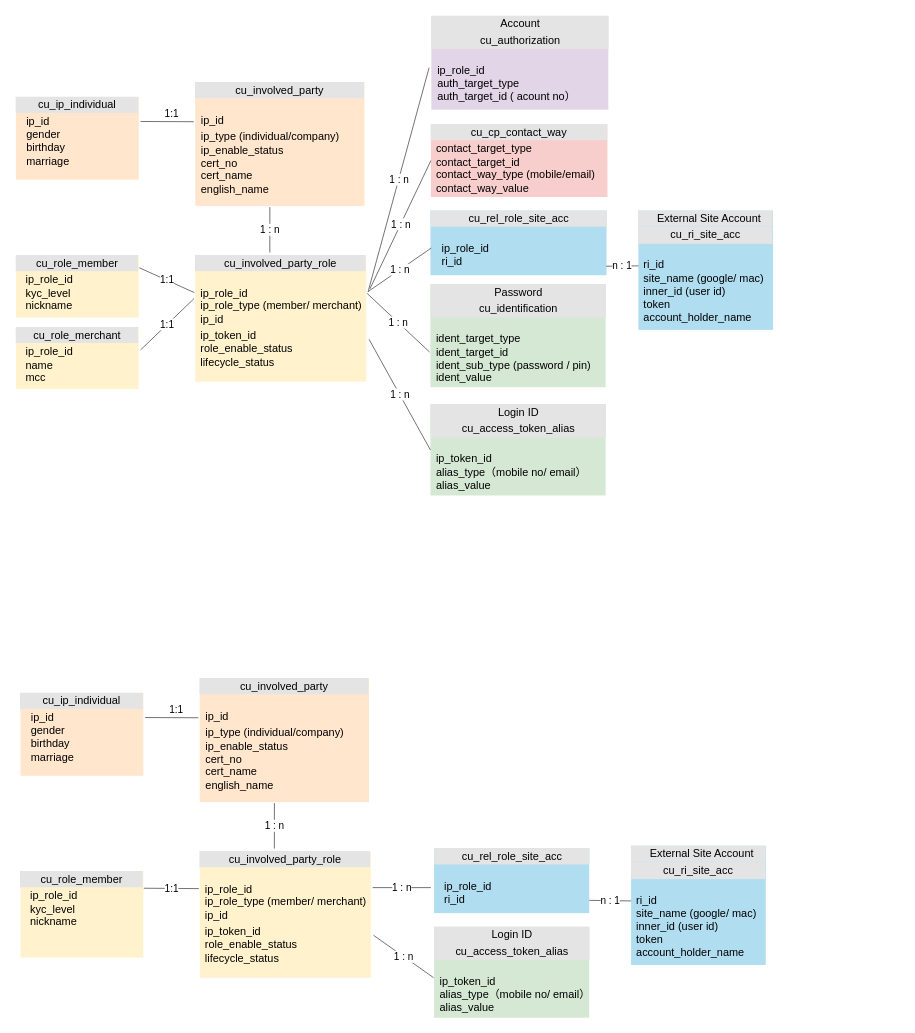
The draw.io diagram page "账号Model 英文" (10 of 17) of 会员账户.drawio in renqiuming/drawio, before the edit. Source tidied: cells renumbered, new cells numbered last; positions are measured from the earlier drawing's top-left corner, leaving out a move shared by most shapes. Both pictures are drawn from the tidied source at 91%, with x=0, y=0 at pixel (15, 15).
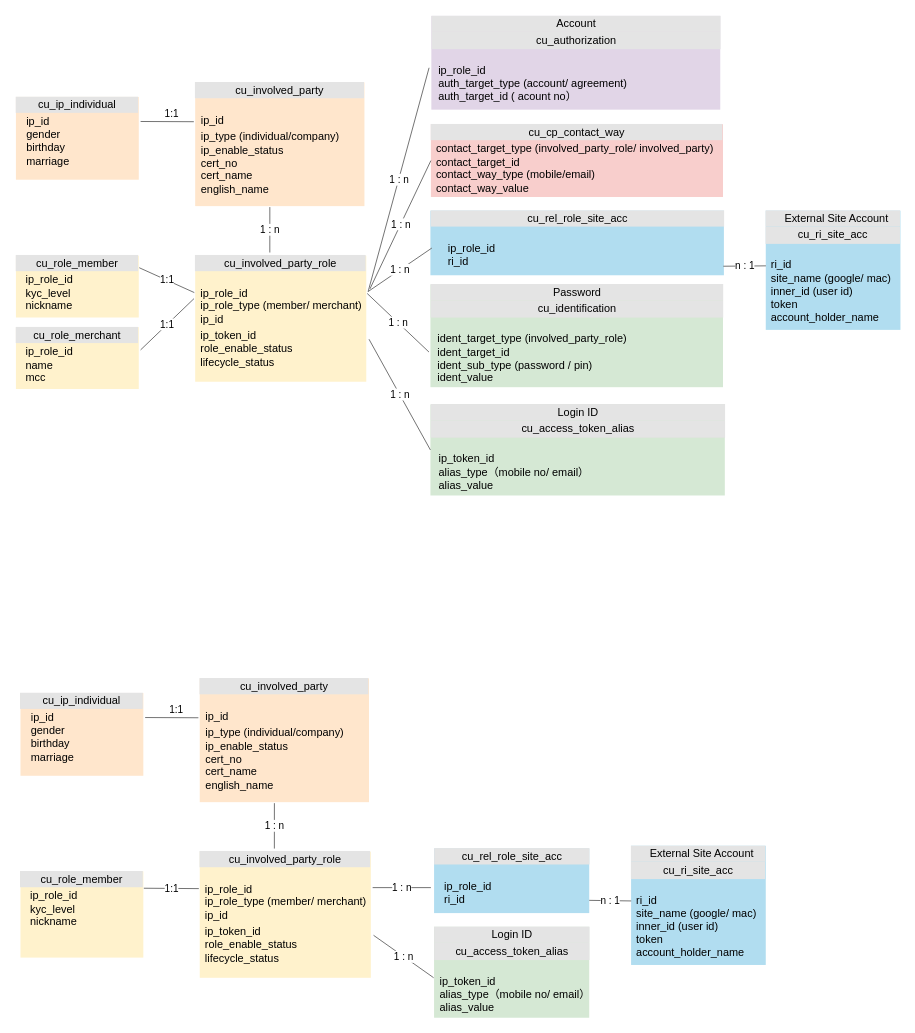
The same page after the edit.

Diff of the diagram source:
```diff
@@
-    <mxCell id="2" value="&lt;div style=&quot;box-sizing: border-box ; width: 100% ; background: #e4e4e4 ; padding: 2px&quot;&gt;Password&lt;/div&gt;&lt;div style=&quot;box-sizing: border-box ; width: 100% ; background: #e4e4e4 ; padding: 2px&quot;&gt;cu_identification&lt;/div&gt;&lt;table style=&quot;width: 100% ; font-size: 1em&quot; cellpadding=&quot;2&quot; cellspacing=&quot;0&quot;&gt;&lt;tbody&gt;&lt;tr&gt;&lt;td&gt;&lt;/td&gt;&lt;td style=&quot;text-align: left&quot;&gt;&lt;br&gt;ident_target_type&lt;br&gt;ident_target_id&lt;br&gt;&lt;span style=&quot;font-size: 12px;&quot;&gt;ident_sub_type (password / pin)&lt;br&gt;ident_value&lt;/span&gt;&lt;br&gt;&lt;/td&gt;&lt;/tr&gt;&lt;tr&gt;&lt;td style=&quot;text-align: left&quot;&gt;&lt;br&gt;&lt;/td&gt;&lt;td style=&quot;text-align: left&quot;&gt;&lt;br&gt;&lt;/td&gt;&lt;td&gt;&lt;div style=&quot;text-align: left&quot;&gt;&lt;br&gt;&lt;/div&gt;&lt;div style=&quot;text-align: left&quot;&gt;&lt;span style=&quot;font-size: 1em&quot;&gt;&lt;br&gt;&lt;/span&gt;&lt;/div&gt;&lt;div style=&quot;text-align: left&quot;&gt;&lt;br&gt;&lt;/div&gt;&lt;/td&gt;&lt;td&gt;&lt;/td&gt;&lt;td&gt;&lt;/td&gt;&lt;td&gt;&lt;/td&gt;&lt;/tr&gt;&lt;/tbody&gt;&lt;/table&gt;" style="verticalAlign=top;align=center;overflow=fill;html=1;fillColor=#d5e8d4;strokeColor=none;" parent="1" vertex="1">
-      <mxGeometry x="455.5" y="295" width="192.5" height="113" as="geometry" />
+    <mxCell id="2" value="&lt;div style=&quot;box-sizing: border-box ; width: 100% ; background: #e4e4e4 ; padding: 2px&quot;&gt;Password&lt;/div&gt;&lt;div style=&quot;box-sizing: border-box ; width: 100% ; background: #e4e4e4 ; padding: 2px&quot;&gt;cu_identification&lt;/div&gt;&lt;table style=&quot;width: 100% ; font-size: 1em&quot; cellpadding=&quot;2&quot; cellspacing=&quot;0&quot;&gt;&lt;tbody&gt;&lt;tr&gt;&lt;td&gt;&lt;/td&gt;&lt;td style=&quot;text-align: left&quot;&gt;&lt;br&gt;ident_target_type (involved_party_role)&lt;br&gt;ident_target_id&lt;br&gt;&lt;span style=&quot;font-size: 12px;&quot;&gt;ident_sub_type (password / pin)&lt;br&gt;ident_value&lt;/span&gt;&lt;br&gt;&lt;/td&gt;&lt;/tr&gt;&lt;tr&gt;&lt;td style=&quot;text-align: left&quot;&gt;&lt;br&gt;&lt;/td&gt;&lt;td style=&quot;text-align: left&quot;&gt;&lt;br&gt;&lt;/td&gt;&lt;td&gt;&lt;div style=&quot;text-align: left&quot;&gt;&lt;br&gt;&lt;/div&gt;&lt;div style=&quot;text-align: left&quot;&gt;&lt;span style=&quot;font-size: 1em&quot;&gt;&lt;br&gt;&lt;/span&gt;&lt;/div&gt;&lt;div style=&quot;text-align: left&quot;&gt;&lt;br&gt;&lt;/div&gt;&lt;/td&gt;&lt;td&gt;&lt;/td&gt;&lt;td&gt;&lt;/td&gt;&lt;td&gt;&lt;/td&gt;&lt;/tr&gt;&lt;/tbody&gt;&lt;/table&gt;" style="verticalAlign=top;align=center;overflow=fill;html=1;fillColor=#d5e8d4;strokeColor=none;" parent="1" vertex="1">
+      <mxGeometry x="455.5" y="295" width="321.5" height="113" as="geometry" />
     </mxCell>
-    <mxCell id="3" value="&lt;div style=&quot;box-sizing: border-box ; width: 100% ; background: #e4e4e4 ; padding: 2px&quot;&gt;Account&lt;/div&gt;&lt;div style=&quot;box-sizing: border-box ; width: 100% ; background: #e4e4e4 ; padding: 2px&quot;&gt;cu_authorization&lt;/div&gt;&lt;table style=&quot;width: 100% ; font-size: 1em&quot; cellpadding=&quot;2&quot; cellspacing=&quot;0&quot;&gt;&lt;tbody&gt;&lt;tr&gt;&lt;td&gt;&lt;/td&gt;&lt;td style=&quot;text-align: left&quot;&gt;&lt;br&gt;ip_role_id&lt;br&gt;auth_target_type&lt;br&gt;auth_target_id ( acount no）&lt;br&gt;&lt;/td&gt;&lt;/tr&gt;&lt;tr&gt;&lt;td style=&quot;text-align: left&quot;&gt;&lt;br&gt;&lt;/td&gt;&lt;td style=&quot;text-align: left&quot;&gt;&lt;br&gt;&lt;/td&gt;&lt;td&gt;&lt;div style=&quot;text-align: left&quot;&gt;&lt;br&gt;&lt;/div&gt;&lt;div style=&quot;text-align: left&quot;&gt;&lt;span style=&quot;font-size: 1em&quot;&gt;&lt;br&gt;&lt;/span&gt;&lt;/div&gt;&lt;div style=&quot;text-align: left&quot;&gt;&lt;br&gt;&lt;/div&gt;&lt;/td&gt;&lt;td&gt;&lt;/td&gt;&lt;td&gt;&lt;/td&gt;&lt;td&gt;&lt;/td&gt;&lt;/tr&gt;&lt;/tbody&gt;&lt;/table&gt;" style="verticalAlign=top;align=center;overflow=fill;html=1;fillColor=#e1d5e7;strokeColor=none;" parent="1" vertex="1">
-      <mxGeometry x="456.5" width="194.5" height="103" as="geometry" />
+    <mxCell id="3" value="&lt;div style=&quot;box-sizing: border-box ; width: 100% ; background: #e4e4e4 ; padding: 2px&quot;&gt;Account&lt;/div&gt;&lt;div style=&quot;box-sizing: border-box ; width: 100% ; background: #e4e4e4 ; padding: 2px&quot;&gt;cu_authorization&lt;/div&gt;&lt;table style=&quot;width: 100% ; font-size: 1em&quot; cellpadding=&quot;2&quot; cellspacing=&quot;0&quot;&gt;&lt;tbody&gt;&lt;tr&gt;&lt;td&gt;&lt;/td&gt;&lt;td style=&quot;text-align: left&quot;&gt;&lt;br&gt;ip_role_id&lt;br&gt;auth_target_type (account/ agreement)&lt;br&gt;auth_target_id ( acount no）&lt;br&gt;&lt;/td&gt;&lt;/tr&gt;&lt;tr&gt;&lt;td style=&quot;text-align: left&quot;&gt;&lt;br&gt;&lt;/td&gt;&lt;td style=&quot;text-align: left&quot;&gt;&lt;br&gt;&lt;/td&gt;&lt;td&gt;&lt;div style=&quot;text-align: left&quot;&gt;&lt;br&gt;&lt;/div&gt;&lt;div style=&quot;text-align: left&quot;&gt;&lt;span style=&quot;font-size: 1em&quot;&gt;&lt;br&gt;&lt;/span&gt;&lt;/div&gt;&lt;div style=&quot;text-align: left&quot;&gt;&lt;br&gt;&lt;/div&gt;&lt;/td&gt;&lt;td&gt;&lt;/td&gt;&lt;td&gt;&lt;/td&gt;&lt;td&gt;&lt;/td&gt;&lt;/tr&gt;&lt;/tbody&gt;&lt;/table&gt;" style="verticalAlign=top;align=center;overflow=fill;html=1;fillColor=#e1d5e7;strokeColor=none;" parent="1" vertex="1">
+      <mxGeometry x="456.5" width="317.5" height="103" as="geometry" />
     </mxCell>
@@
     <mxCell id="25" value="&lt;div style=&quot;box-sizing: border-box ; width: 100% ; background: #e4e4e4 ; padding: 2px&quot;&gt;Login ID&lt;/div&gt;&lt;div style=&quot;box-sizing: border-box ; width: 100% ; background: #e4e4e4 ; padding: 2px&quot;&gt;cu_access_token_alias&lt;/div&gt;&lt;table style=&quot;width: 100% ; font-size: 1em&quot; cellpadding=&quot;2&quot; cellspacing=&quot;0&quot;&gt;&lt;tbody&gt;&lt;tr&gt;&lt;td&gt;&lt;/td&gt;&lt;td style=&quot;text-align: left&quot;&gt;&lt;br&gt;ip_token_id&lt;br&gt;&lt;span style=&quot;font-size: 12px;&quot;&gt;alias_type（mobile no/ email）&lt;br&gt;alias_value&lt;/span&gt;&lt;br&gt;&lt;br&gt;&lt;/td&gt;&lt;/tr&gt;&lt;tr&gt;&lt;td style=&quot;text-align: left&quot;&gt;&lt;br&gt;&lt;/td&gt;&lt;td style=&quot;text-align: left&quot;&gt;&lt;br&gt;&lt;/td&gt;&lt;td&gt;&lt;div style=&quot;text-align: left&quot;&gt;&lt;br&gt;&lt;/div&gt;&lt;div style=&quot;text-align: left&quot;&gt;&lt;span style=&quot;font-size: 1em&quot;&gt;&lt;br&gt;&lt;/span&gt;&lt;/div&gt;&lt;div style=&quot;text-align: left&quot;&gt;&lt;br&gt;&lt;/div&gt;&lt;/td&gt;&lt;td&gt;&lt;/td&gt;&lt;td&gt;&lt;/td&gt;&lt;td&gt;&lt;/td&gt;&lt;/tr&gt;&lt;/tbody&gt;&lt;/table&gt;" style="verticalAlign=top;align=center;overflow=fill;html=1;fillColor=#d5e8d4;strokeColor=none;" parent="1" vertex="1">
-      <mxGeometry x="455.5" y="427" width="192.5" height="100" as="geometry" />
+      <mxGeometry x="455.5" y="427" width="323.5" height="100" as="geometry" />
     </mxCell>
@@
     <mxCell id="27" value="&lt;div style=&quot;box-sizing: border-box ; width: 100% ; background: #e4e4e4 ; padding: 2px&quot;&gt;cu_rel_role_site_acc&lt;br&gt;&lt;/div&gt;&lt;table style=&quot;width: 100% ; font-size: 1em&quot; cellpadding=&quot;2&quot; cellspacing=&quot;0&quot;&gt;&lt;tbody&gt;&lt;tr&gt;&lt;td&gt;&lt;/td&gt;&lt;td style=&quot;text-align: left&quot;&gt;&lt;br&gt;ip_role_id&lt;br&gt;&lt;span style=&quot;font-size: 12px;&quot;&gt;ri_id&lt;/span&gt;&lt;br&gt;&lt;/td&gt;&lt;/tr&gt;&lt;tr&gt;&lt;td style=&quot;text-align: left&quot;&gt;&lt;br&gt;&lt;/td&gt;&lt;td style=&quot;text-align: left&quot;&gt;&lt;br&gt;&lt;/td&gt;&lt;td&gt;&lt;div style=&quot;text-align: left&quot;&gt;&lt;br&gt;&lt;/div&gt;&lt;div style=&quot;text-align: left&quot;&gt;&lt;span style=&quot;font-size: 1em&quot;&gt;&lt;br&gt;&lt;/span&gt;&lt;/div&gt;&lt;div style=&quot;text-align: left&quot;&gt;&lt;br&gt;&lt;/div&gt;&lt;/td&gt;&lt;td&gt;&lt;/td&gt;&lt;td&gt;&lt;/td&gt;&lt;td&gt;&lt;/td&gt;&lt;/tr&gt;&lt;/tbody&gt;&lt;/table&gt;" style="verticalAlign=top;align=center;overflow=fill;html=1;fillColor=#b1ddf0;strokeColor=none;" parent="1" vertex="1">
-      <mxGeometry x="455.5" y="214" width="193.5" height="71" as="geometry" />
+      <mxGeometry x="455.5" y="214" width="322.5" height="71" as="geometry" />
     </mxCell>
     <mxCell id="28" value="&lt;div style=&quot;box-sizing: border-box; width: 155.99px; background: rgb(228, 228, 228); padding: 2px;&quot;&gt;External Site Account&lt;/div&gt;&lt;div style=&quot;box-sizing: border-box ; width: 100% ; background: #e4e4e4 ; padding: 2px&quot;&gt;cu_ri_site_acc&lt;br&gt;&lt;/div&gt;&lt;table style=&quot;width: 100% ; font-size: 1em&quot; cellpadding=&quot;2&quot; cellspacing=&quot;0&quot;&gt;&lt;tbody&gt;&lt;tr&gt;&lt;td&gt;&lt;/td&gt;&lt;td style=&quot;text-align: left&quot;&gt;&lt;br&gt;ri_id&lt;br&gt;&lt;span style=&quot;font-size: 12px;&quot;&gt;site_name (google/ mac)&lt;/span&gt;&lt;br&gt;&lt;span style=&quot;font-size: 12px;&quot;&gt;inner_id (user id)&lt;/span&gt;&lt;br&gt;&lt;span style=&quot;font-size: 12px;&quot;&gt;token&lt;br&gt;account_holder_name&lt;/span&gt;&lt;br&gt;&lt;/td&gt;&lt;/tr&gt;&lt;tr&gt;&lt;td style=&quot;text-align: left&quot;&gt;&lt;br&gt;&lt;/td&gt;&lt;td style=&quot;text-align: left&quot;&gt;&lt;br&gt;&lt;/td&gt;&lt;td&gt;&lt;div style=&quot;text-align: left&quot;&gt;&lt;br&gt;&lt;/div&gt;&lt;div style=&quot;text-align: left&quot;&gt;&lt;span style=&quot;font-size: 1em&quot;&gt;&lt;br&gt;&lt;/span&gt;&lt;/div&gt;&lt;div style=&quot;text-align: left&quot;&gt;&lt;br&gt;&lt;/div&gt;&lt;/td&gt;&lt;td&gt;&lt;/td&gt;&lt;td&gt;&lt;/td&gt;&lt;td&gt;&lt;/td&gt;&lt;/tr&gt;&lt;/tbody&gt;&lt;/table&gt;" style="verticalAlign=top;align=center;overflow=fill;html=1;fillColor=#b1ddf0;strokeColor=none;" parent="1" vertex="1">
-      <mxGeometry x="684" y="214" width="148" height="131" as="geometry" />
+      <mxGeometry x="824" y="214" width="148" height="131" as="geometry" />
     </mxCell>
@@
-    <mxCell id="32" value="&lt;div style=&quot;box-sizing: border-box ; width: 100% ; background: #e4e4e4 ; padding: 2px&quot;&gt;cu_cp_contact_way&lt;/div&gt;&lt;table style=&quot;width: 100% ; font-size: 1em&quot; cellpadding=&quot;2&quot; cellspacing=&quot;0&quot;&gt;&lt;tbody&gt;&lt;tr&gt;&lt;td&gt;&lt;/td&gt;&lt;td style=&quot;text-align: left&quot;&gt;contact_target_type&lt;br&gt;contact_target_id&lt;br&gt;&lt;span style=&quot;font-size: 12px;&quot;&gt;contact_way_type (mobile/email)&lt;/span&gt;&lt;br&gt;&lt;span style=&quot;font-size: 12px;&quot;&gt;contact_way_value&lt;/span&gt;&lt;br&gt;&lt;/td&gt;&lt;/tr&gt;&lt;tr&gt;&lt;td style=&quot;text-align: left&quot;&gt;&lt;br&gt;&lt;/td&gt;&lt;td style=&quot;text-align: left&quot;&gt;&lt;br&gt;&lt;/td&gt;&lt;td&gt;&lt;div style=&quot;text-align: left&quot;&gt;&lt;br&gt;&lt;/div&gt;&lt;div style=&quot;text-align: left&quot;&gt;&lt;span style=&quot;font-size: 1em&quot;&gt;&lt;br&gt;&lt;/span&gt;&lt;/div&gt;&lt;div style=&quot;text-align: left&quot;&gt;&lt;br&gt;&lt;/div&gt;&lt;/td&gt;&lt;td&gt;&lt;/td&gt;&lt;td&gt;&lt;/td&gt;&lt;td&gt;&lt;/td&gt;&lt;/tr&gt;&lt;/tbody&gt;&lt;/table&gt;" style="verticalAlign=top;align=center;overflow=fill;html=1;fillColor=#f8cecc;strokeColor=none;" parent="1" vertex="1">
-      <mxGeometry x="456" y="119" width="194" height="80" as="geometry" />
+    <mxCell id="32" value="&lt;div style=&quot;box-sizing: border-box ; width: 100% ; background: #e4e4e4 ; padding: 2px&quot;&gt;cu_cp_contact_way&lt;/div&gt;&lt;table style=&quot;width: 100% ; font-size: 1em&quot; cellpadding=&quot;2&quot; cellspacing=&quot;0&quot;&gt;&lt;tbody&gt;&lt;tr&gt;&lt;td&gt;&lt;/td&gt;&lt;td style=&quot;text-align: left&quot;&gt;contact_target_type (involved_party_role/ involved_party)&lt;br&gt;contact_target_id&lt;br&gt;&lt;span style=&quot;font-size: 12px;&quot;&gt;contact_way_type (mobile/email)&lt;/span&gt;&lt;br&gt;&lt;span style=&quot;font-size: 12px;&quot;&gt;contact_way_value&lt;/span&gt;&lt;br&gt;&lt;/td&gt;&lt;/tr&gt;&lt;tr&gt;&lt;td style=&quot;text-align: left&quot;&gt;&lt;br&gt;&lt;/td&gt;&lt;td style=&quot;text-align: left&quot;&gt;&lt;br&gt;&lt;/td&gt;&lt;td&gt;&lt;div style=&quot;text-align: left&quot;&gt;&lt;br&gt;&lt;/div&gt;&lt;div style=&quot;text-align: left&quot;&gt;&lt;span style=&quot;font-size: 1em&quot;&gt;&lt;br&gt;&lt;/span&gt;&lt;/div&gt;&lt;div style=&quot;text-align: left&quot;&gt;&lt;br&gt;&lt;/div&gt;&lt;/td&gt;&lt;td&gt;&lt;/td&gt;&lt;td&gt;&lt;/td&gt;&lt;td&gt;&lt;/td&gt;&lt;/tr&gt;&lt;/tbody&gt;&lt;/table&gt;" style="verticalAlign=top;align=center;overflow=fill;html=1;fillColor=#f8cecc;strokeColor=none;" parent="1" vertex="1">
+      <mxGeometry x="456" y="119" width="321" height="80" as="geometry" />
     </mxCell>
```
